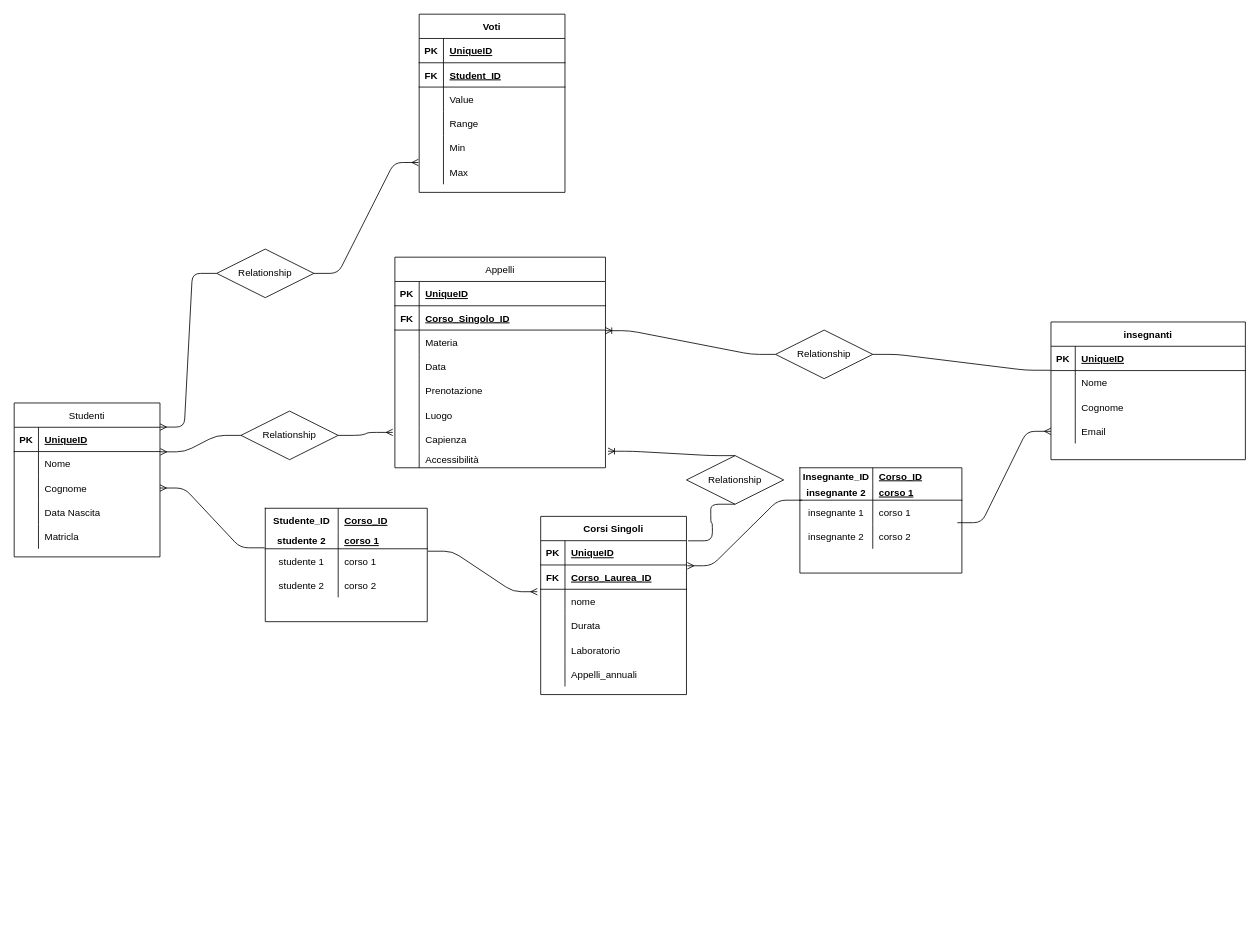
Earlier version of the draw.io diagram db-university.drawio (Nicola-Perera/db-university). Source tidied: cells renumbered, new cells numbered last; positions are measured from the earlier drawing's top-left corner, leaving out a move shared by most shapes. Both pictures are drawn from the tidied source at 81%, with x=0, y=0 at pixel (14, 14).
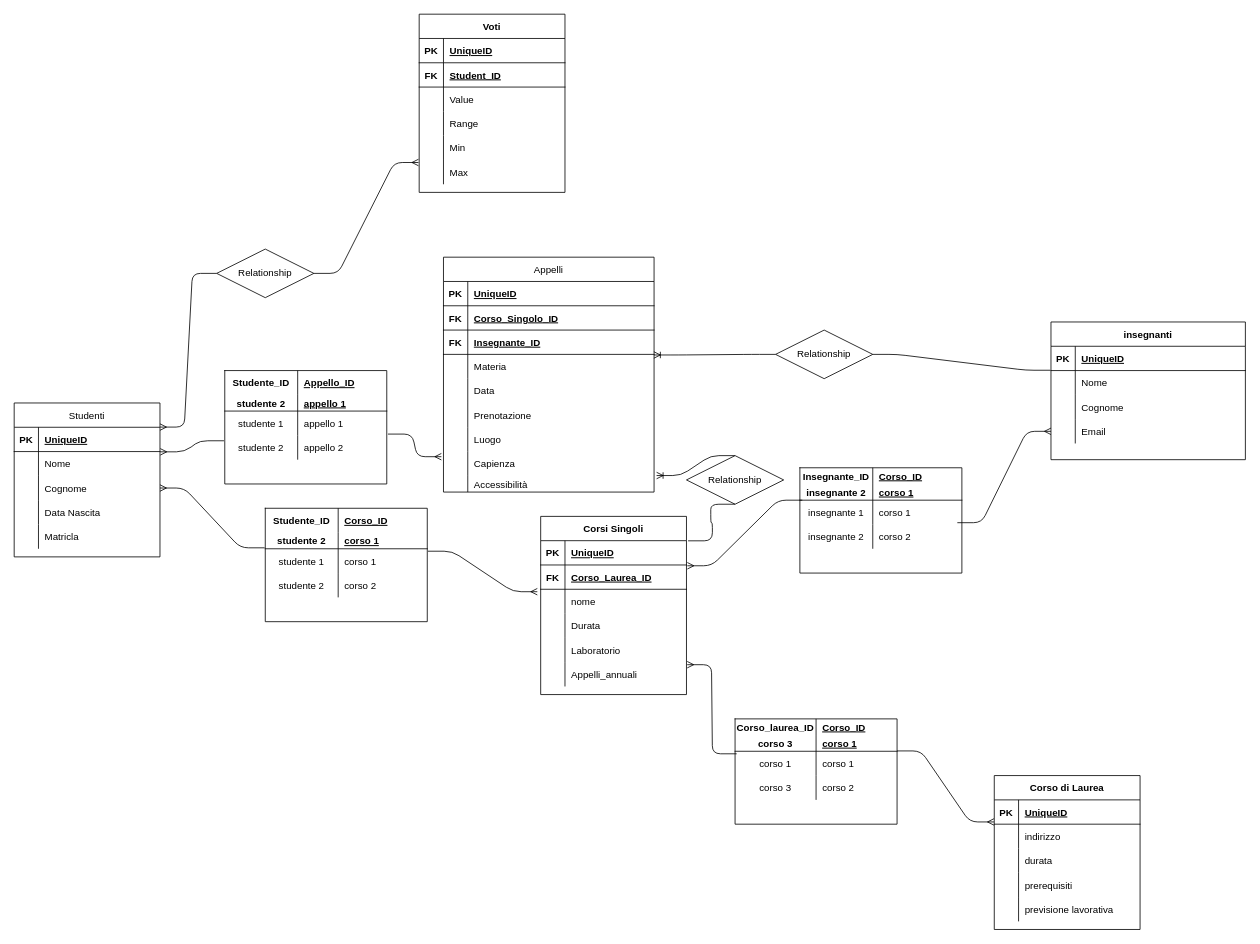
Above is the later version.

Commit message:
add "corsi di laurea" entity

The change refers to these unchanged cells:
```xml
<mxCell id="31" style="shape=partialRectangle;fillColor=none;top=0;left=0;bottom=0;right=0;points=[[0,0.5],[1,0.5]];portConstraint=eastwest;" parent="27" vertex="1">
  <mxGeometry y="60" width="180" height="30" as="geometry" />
</mxCell>
<mxCell id="100" style="shape=partialRectangle;fillColor=none;top=0;left=0;bottom=0;right=0;points=[[0,0.5],[1,0.5]];portConstraint=eastwest;" parent="84" vertex="1">
  <mxGeometry y="180" width="180" height="30" as="geometry" />
</mxCell>
```

What changed in the source:
```diff
@@
     <mxCell id="2" value="Appelli" style="shape=table;startSize=30;childLayout=tableLayout;rowLines=0;fontStyle=0;align=center;" parent="1" vertex="1">
-      <mxGeometry x="470" y="300" width="260" height="260" as="geometry" />
+      <mxGeometry x="530" y="300" width="260" height="290" as="geometry" />
     </mxCell>
@@
+    <mxCell id="136" style="shape=partialRectangle;fillColor=none;top=0;left=0;bottom=1;right=0;" parent="2" vertex="1">
+      <mxGeometry y="90" width="260" height="30" as="geometry" />
+    </mxCell>
+    <mxCell id="137" value="FK" style="shape=partialRectangle;fillColor=none;top=0;left=0;bottom=0;right=0;fontStyle=1;overflow=hidden;" parent="136" vertex="1">
+      <mxGeometry width="30" height="30" as="geometry" />
+    </mxCell>
+    <mxCell id="138" value="Insegnante_ID" style="shape=partialRectangle;fillColor=none;top=0;left=0;bottom=0;right=0;align=left;spacingLeft=6;fontStyle=5;overflow=hidden;" parent="136" vertex="1">
+      <mxGeometry x="30" width="230" height="30" as="geometry" />
+    </mxCell>
     <mxCell id="9" style="shape=partialRectangle;fillColor=none;top=0;left=0;bottom=0;right=0;points=[[0,0.5],[1,0.5]];portConstraint=eastwest;" parent="2" vertex="1">
-      <mxGeometry y="90" width="260" height="30" as="geometry" />
+      <mxGeometry y="120" width="260" height="30" as="geometry" />
     </mxCell>
@@
     <mxCell id="12" style="shape=partialRectangle;fillColor=none;top=0;left=0;bottom=0;right=0;" parent="2" vertex="1">
-      <mxGeometry y="120" width="260" height="30" as="geometry" />
+      <mxGeometry y="150" width="260" height="30" as="geometry" />
     </mxCell>
@@
     <mxCell id="15" style="shape=partialRectangle;fillColor=none;top=0;left=0;bottom=0;right=0;" parent="2" vertex="1">
-      <mxGeometry y="150" width="260" height="30" as="geometry" />
+      <mxGeometry y="180" width="260" height="30" as="geometry" />
     </mxCell>
@@
     <mxCell id="18" style="shape=partialRectangle;fillColor=none;top=0;left=0;bottom=0;right=0;" parent="2" vertex="1">
-      <mxGeometry y="180" width="260" height="30" as="geometry" />
+      <mxGeometry y="210" width="260" height="30" as="geometry" />
     </mxCell>
@@
     <mxCell id="21" style="shape=partialRectangle;fillColor=none;top=0;left=0;bottom=0;right=0;points=[[0,0.5],[1,0.5]];portConstraint=eastwest;" parent="2" vertex="1">
-      <mxGeometry y="210" width="260" height="30" as="geometry" />
+      <mxGeometry y="240" width="260" height="30" as="geometry" />
     </mxCell>
@@
     <mxCell id="24" style="shape=partialRectangle;fillColor=none;top=0;left=0;bottom=0;right=0;points=[[0,0.5],[1,0.5]];portConstraint=eastwest;" parent="2" vertex="1">
-      <mxGeometry y="240" width="260" height="20" as="geometry" />
+      <mxGeometry y="270" width="260" height="20" as="geometry" />
     </mxCell>
@@
-    <mxCell id="43" style="edgeStyle=entityRelationEdgeStyle;fontSize=12;html=1;endArrow=ERmany;startArrow=none;entryX=-0.01;entryY=0.211;entryDx=0;entryDy=0;entryPerimeter=0;" parent="1" edge="1" source="44" target="21">
+    <mxCell id="43" style="edgeStyle=entityRelationEdgeStyle;fontSize=12;html=1;endArrow=ERmany;startArrow=none;entryX=-0.01;entryY=0.211;entryDx=0;entryDy=0;entryPerimeter=0;exitX=1.007;exitY=-0.053;exitDx=0;exitDy=0;exitPerimeter=0;" parent="1" edge="1" source="149" target="21">
       <mxGeometry relative="1" as="geometry" />
     </mxCell>
-    <mxCell id="44" value="Relationship" style="shape=rhombus;perimeter=rhombusPerimeter;whiteSpace=wrap;html=1;align=center;" parent="1" vertex="1">
-      <mxGeometry x="280" y="490" width="120" height="60" as="geometry" />
-    </mxCell>
-    <mxCell id="45" style="edgeStyle=entityRelationEdgeStyle;fontSize=12;html=1;endArrow=none;startArrow=ERmany;entryX=0;entryY=0.5;entryDx=0;entryDy=0;exitX=1.002;exitY=0.011;exitDx=0;exitDy=0;exitPerimeter=0;" parent="1" edge="1" source="31" target="44">
+    <mxCell id="45" style="edgeStyle=entityRelationEdgeStyle;fontSize=12;html=1;endArrow=none;startArrow=ERmany;entryX=-0.005;entryY=0.222;entryDx=0;entryDy=0;exitX=1.002;exitY=0.011;exitDx=0;exitDy=0;exitPerimeter=0;entryPerimeter=0;" parent="1" edge="1" source="31" target="149">
       <mxGeometry relative="1" as="geometry" />
     </mxCell>
@@
+    <mxCell id="139" style="shape=table;startSize=0;childLayout=tableLayout;rowLines=0;fontStyle=1;align=center;" parent="1" vertex="1">
+      <mxGeometry x="260" y="440" width="200" height="140" as="geometry" />
+    </mxCell>
+    <mxCell id="140" style="shape=partialRectangle;fillColor=none;top=0;left=0;bottom=0;right=0;" parent="139" vertex="1">
+      <mxGeometry width="200" height="30" as="geometry" />
+    </mxCell>
+    <mxCell id="141" value="Studente_ID" style="shape=partialRectangle;fillColor=none;top=0;left=0;bottom=0;right=0;fontStyle=1;overflow=hidden;" parent="140" vertex="1">
+      <mxGeometry width="90" height="30" as="geometry" />
+    </mxCell>
+    <mxCell id="142" value="Appello_ID" style="shape=partialRectangle;fillColor=none;top=0;left=0;bottom=0;right=0;align=left;spacingLeft=6;fontStyle=5;overflow=hidden;" parent="140" vertex="1">
+      <mxGeometry x="90" width="110" height="30" as="geometry" />
+    </mxCell>
+    <mxCell id="143" style="shape=partialRectangle;fillColor=none;top=0;left=0;bottom=1;right=0;" parent="139" vertex="1">
+      <mxGeometry y="30" width="200" height="20" as="geometry" />
+    </mxCell>
+    <mxCell id="144" value="studente 2" style="shape=partialRectangle;fillColor=none;top=0;left=0;bottom=0;right=0;fontStyle=1;overflow=hidden;" parent="143" vertex="1">
+      <mxGeometry width="90" height="20" as="geometry" />
+    </mxCell>
+    <mxCell id="145" value="appello 1" style="shape=partialRectangle;fillColor=none;top=0;left=0;bottom=0;right=0;align=left;spacingLeft=6;fontStyle=5;overflow=hidden;" parent="143" vertex="1">
+      <mxGeometry x="90" width="110" height="20" as="geometry" />
+    </mxCell>
+    <mxCell id="146" style="shape=partialRectangle;fillColor=none;top=0;left=0;bottom=0;right=0;" parent="139" vertex="1">
+      <mxGeometry y="50" width="200" height="30" as="geometry" />
+    </mxCell>
+    <mxCell id="147" value="studente 1" style="shape=partialRectangle;fillColor=none;top=0;left=0;bottom=0;right=0;overflow=hidden;" parent="146" vertex="1">
+      <mxGeometry width="90" height="30" as="geometry" />
+    </mxCell>
+    <mxCell id="148" value="appello 1" style="shape=partialRectangle;fillColor=none;top=0;left=0;bottom=0;right=0;align=left;spacingLeft=6;overflow=hidden;" parent="146" vertex="1">
+      <mxGeometry x="90" width="110" height="30" as="geometry" />
+    </mxCell>
+    <mxCell id="149" style="shape=partialRectangle;fillColor=none;top=0;left=0;bottom=0;right=0;points=[[0,0.5],[1,0.5]];portConstraint=eastwest;" parent="139" vertex="1">
+      <mxGeometry y="80" width="200" height="30" as="geometry" />
+    </mxCell>
+    <mxCell id="150" value="studente 2" style="shape=partialRectangle;fillColor=none;top=0;left=0;bottom=0;right=0;overflow=hidden;" parent="149" vertex="1">
+      <mxGeometry width="90" height="30" as="geometry" />
+    </mxCell>
+    <mxCell id="151" value="appello 2" style="shape=partialRectangle;fillColor=none;top=0;left=0;bottom=0;right=0;align=left;spacingLeft=6;overflow=hidden;" parent="149" vertex="1">
+      <mxGeometry x="90" width="110" height="30" as="geometry" />
+    </mxCell>
+    <mxCell id="152" value="Corso di Laurea" style="shape=table;startSize=30;childLayout=tableLayout;rowLines=0;fontStyle=1;align=center;" parent="1" vertex="1">
+      <mxGeometry x="1210" y="940" width="180" height="190" as="geometry" />
+    </mxCell>
+    <mxCell id="153" style="shape=partialRectangle;fillColor=none;top=0;left=0;bottom=1;right=0;" parent="152" vertex="1">
+      <mxGeometry y="30" width="180" height="30" as="geometry" />
+    </mxCell>
+    <mxCell id="154" value="PK" style="shape=partialRectangle;fillColor=none;top=0;left=0;bottom=0;right=0;fontStyle=1;overflow=hidden;" parent="153" vertex="1">
+      <mxGeometry width="30" height="30" as="geometry" />
+    </mxCell>
+    <mxCell id="155" value="UniqueID" style="shape=partialRectangle;fillColor=none;top=0;left=0;bottom=0;right=0;align=left;spacingLeft=6;fontStyle=5;overflow=hidden;" parent="153" vertex="1">
+      <mxGeometry x="30" width="150" height="30" as="geometry" />
+    </mxCell>
+    <mxCell id="156" style="shape=partialRectangle;fillColor=none;top=0;left=0;bottom=0;right=0;points=[[0,0.5],[1,0.5]];portConstraint=eastwest;" parent="152" vertex="1">
+      <mxGeometry y="60" width="180" height="30" as="geometry" />
+    </mxCell>
+    <mxCell id="157" style="shape=partialRectangle;fillColor=none;top=0;left=0;bottom=0;right=0;overflow=hidden;" parent="156" vertex="1">
+      <mxGeometry width="30" height="30" as="geometry" />
+    </mxCell>
+    <mxCell id="158" value="indirizzo" style="shape=partialRectangle;fillColor=none;top=0;left=0;bottom=0;right=0;align=left;spacingLeft=6;overflow=hidden;" parent="156" vertex="1">
+      <mxGeometry x="30" width="150" height="30" as="geometry" />
+    </mxCell>
+    <mxCell id="159" style="shape=partialRectangle;fillColor=none;top=0;left=0;bottom=0;right=0;" parent="152" vertex="1">
+      <mxGeometry y="90" width="180" height="30" as="geometry" />
+    </mxCell>
+    <mxCell id="160" style="shape=partialRectangle;fillColor=none;top=0;left=0;bottom=0;right=0;overflow=hidden;" parent="159" vertex="1">
+      <mxGeometry width="30" height="30" as="geometry" />
+    </mxCell>
+    <mxCell id="161" value="durata" style="shape=partialRectangle;fillColor=none;top=0;left=0;bottom=0;right=0;align=left;spacingLeft=6;overflow=hidden;" parent="159" vertex="1">
+      <mxGeometry x="30" width="150" height="30" as="geometry" />
+    </mxCell>
+    <mxCell id="162" style="shape=partialRectangle;fillColor=none;top=0;left=0;bottom=0;right=0;" parent="152" vertex="1">
+      <mxGeometry y="120" width="180" height="30" as="geometry" />
+    </mxCell>
+    <mxCell id="163" style="shape=partialRectangle;fillColor=none;top=0;left=0;bottom=0;right=0;overflow=hidden;" parent="162" vertex="1">
+      <mxGeometry width="30" height="30" as="geometry" />
+    </mxCell>
+    <mxCell id="164" value="prerequisiti" style="shape=partialRectangle;fillColor=none;top=0;left=0;bottom=0;right=0;align=left;spacingLeft=6;overflow=hidden;" parent="162" vertex="1">
+      <mxGeometry x="30" width="150" height="30" as="geometry" />
+    </mxCell>
+    <mxCell id="165" style="shape=partialRectangle;fillColor=none;top=0;left=0;bottom=0;right=0;" parent="152" vertex="1">
+      <mxGeometry y="150" width="180" height="30" as="geometry" />
+    </mxCell>
+    <mxCell id="166" style="shape=partialRectangle;fillColor=none;top=0;left=0;bottom=0;right=0;overflow=hidden;" parent="165" vertex="1">
+      <mxGeometry width="30" height="30" as="geometry" />
+    </mxCell>
+    <mxCell id="167" value="previsione lavorativa" style="shape=partialRectangle;fillColor=none;top=0;left=0;bottom=0;right=0;align=left;spacingLeft=6;overflow=hidden;" parent="165" vertex="1">
+      <mxGeometry x="30" width="150" height="30" as="geometry" />
+    </mxCell>
+    <mxCell id="168" style="edgeStyle=entityRelationEdgeStyle;fontSize=12;html=1;endArrow=ERmany;startArrow=none;entryX=-0.002;entryY=-0.092;entryDx=0;entryDy=0;entryPerimeter=0;exitX=0.998;exitY=-0.014;exitDx=0;exitDy=0;exitPerimeter=0;" parent="1" edge="1" source="176" target="156">
+      <mxGeometry relative="1" as="geometry" />
+    </mxCell>
+    <mxCell id="169" style="shape=table;startSize=0;childLayout=tableLayout;rowLines=0;fontStyle=1;align=center;" parent="1" vertex="1">
+      <mxGeometry x="890" y="870" width="200" height="130" as="geometry" />
+    </mxCell>
+    <mxCell id="170" style="shape=partialRectangle;fillColor=none;top=0;left=0;bottom=0;right=0;" parent="169" vertex="1">
+      <mxGeometry width="200" height="20" as="geometry" />
+    </mxCell>
+    <mxCell id="171" value="Corso_laurea_ID" style="shape=partialRectangle;fillColor=none;top=0;left=0;bottom=0;right=0;fontStyle=1;overflow=hidden;" parent="170" vertex="1">
+      <mxGeometry width="100" height="20" as="geometry" />
+    </mxCell>
+    <mxCell id="172" value="Corso_ID" style="shape=partialRectangle;fillColor=none;top=0;left=0;bottom=0;right=0;align=left;spacingLeft=6;fontStyle=5;overflow=hidden;" parent="170" vertex="1">
+      <mxGeometry x="100" width="100" height="20" as="geometry" />
+    </mxCell>
+    <mxCell id="173" style="shape=partialRectangle;fillColor=none;top=0;left=0;bottom=1;right=0;points=[[0,0.5],[1,0.5]];portConstraint=eastwest;" parent="169" vertex="1">
+      <mxGeometry y="20" width="200" height="20" as="geometry" />
+    </mxCell>
+    <mxCell id="174" value="corso 3" style="shape=partialRectangle;fillColor=none;top=0;left=0;bottom=0;right=0;fontStyle=1;overflow=hidden;" parent="173" vertex="1">
+      <mxGeometry width="100" height="20" as="geometry" />
+    </mxCell>
+    <mxCell id="175" value="corso 1" style="shape=partialRectangle;fillColor=none;top=0;left=0;bottom=0;right=0;align=left;spacingLeft=6;fontStyle=5;overflow=hidden;" parent="173" vertex="1">
+      <mxGeometry x="100" width="100" height="20" as="geometry" />
+    </mxCell>
+    <mxCell id="176" style="shape=partialRectangle;fillColor=none;top=0;left=0;bottom=0;right=0;points=[[0,0.5],[1,0.5]];portConstraint=eastwest;" parent="169" vertex="1">
+      <mxGeometry y="40" width="200" height="30" as="geometry" />
+    </mxCell>
+    <mxCell id="177" value="corso 1" style="shape=partialRectangle;fillColor=none;top=0;left=0;bottom=0;right=0;overflow=hidden;" parent="176" vertex="1">
+      <mxGeometry width="100" height="30" as="geometry" />
+    </mxCell>
+    <mxCell id="178" value="corso 1" style="shape=partialRectangle;fillColor=none;top=0;left=0;bottom=0;right=0;align=left;spacingLeft=6;overflow=hidden;" parent="176" vertex="1">
+      <mxGeometry x="100" width="100" height="30" as="geometry" />
+    </mxCell>
+    <mxCell id="179" style="shape=partialRectangle;fillColor=none;top=0;left=0;bottom=0;right=0;" parent="169" vertex="1">
+      <mxGeometry y="70" width="200" height="30" as="geometry" />
+    </mxCell>
+    <mxCell id="180" value="corso 3" style="shape=partialRectangle;fillColor=none;top=0;left=0;bottom=0;right=0;overflow=hidden;" parent="179" vertex="1">
+      <mxGeometry width="100" height="30" as="geometry" />
+    </mxCell>
+    <mxCell id="181" value="corso 2" style="shape=partialRectangle;fillColor=none;top=0;left=0;bottom=0;right=0;align=left;spacingLeft=6;overflow=hidden;" parent="179" vertex="1">
+      <mxGeometry x="100" width="100" height="30" as="geometry" />
+    </mxCell>
+    <mxCell id="182" style="edgeStyle=entityRelationEdgeStyle;fontSize=12;html=1;endArrow=none;startArrow=ERmany;entryX=0.01;entryY=1.156;entryDx=0;entryDy=0;entryPerimeter=0;exitX=1.005;exitY=0.104;exitDx=0;exitDy=0;exitPerimeter=0;" parent="1" edge="1" source="100" target="173">
+      <mxGeometry relative="1" as="geometry" />
+    </mxCell>
```
